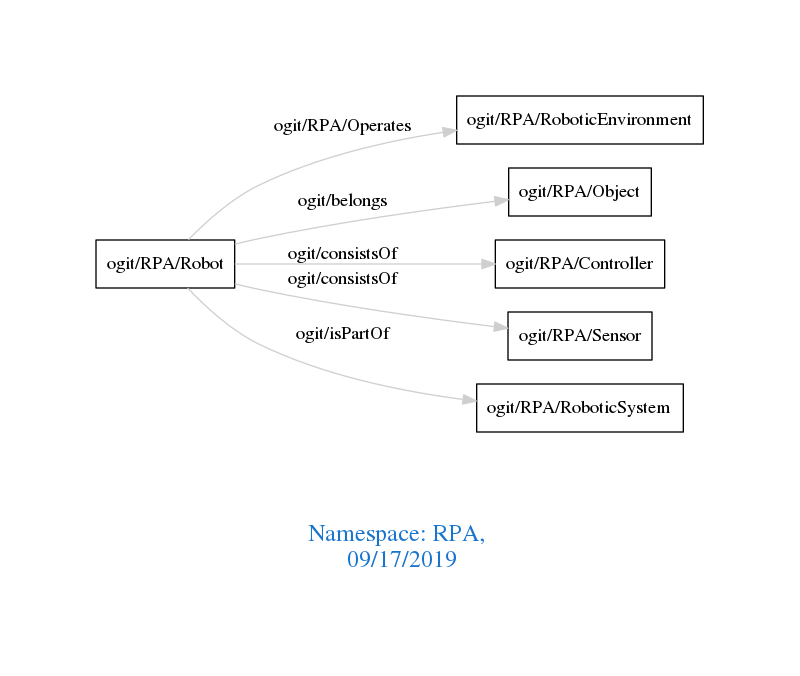
Before: downloads/RPA.png, a diagram exported from Graphviz (arago/OGIT). Its source is kept beside it as downloads/RPA.dot.
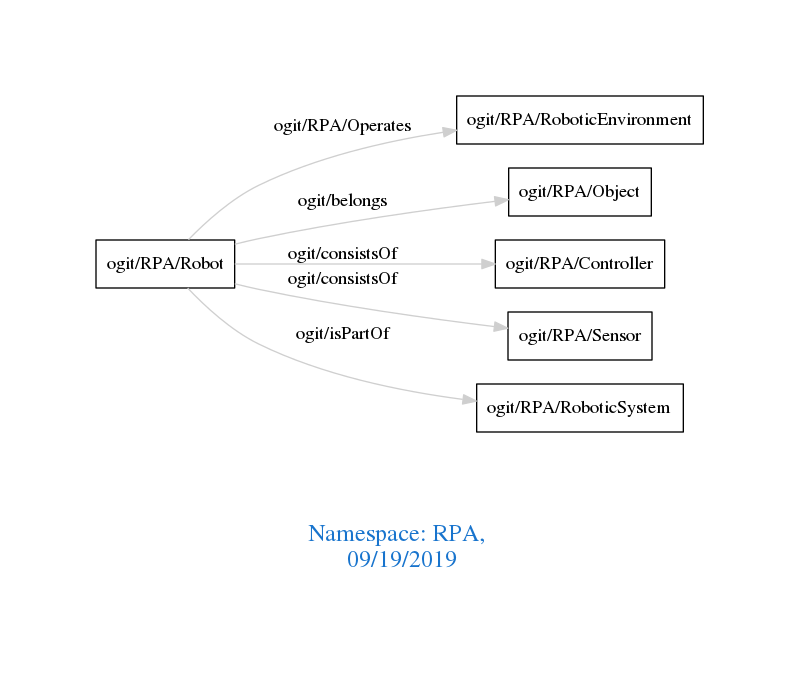
Above is the later version.

Diff of the diagram source:
```diff
@@ -1,7 +1,7 @@
 digraph OGIT_ontology {
  graph [ rankdir= LR,pad=1
 fontsize = 18,
-fontcolor= dodgerblue3,label = "\n\n\nNamespace: RPA, \n 09/17/2019"];
+fontcolor= dodgerblue3,label = "\n\n\nNamespace: RPA, \n 09/19/2019"];
 node[shape=polygon];
 edge [  color="gray81"];
 
```
